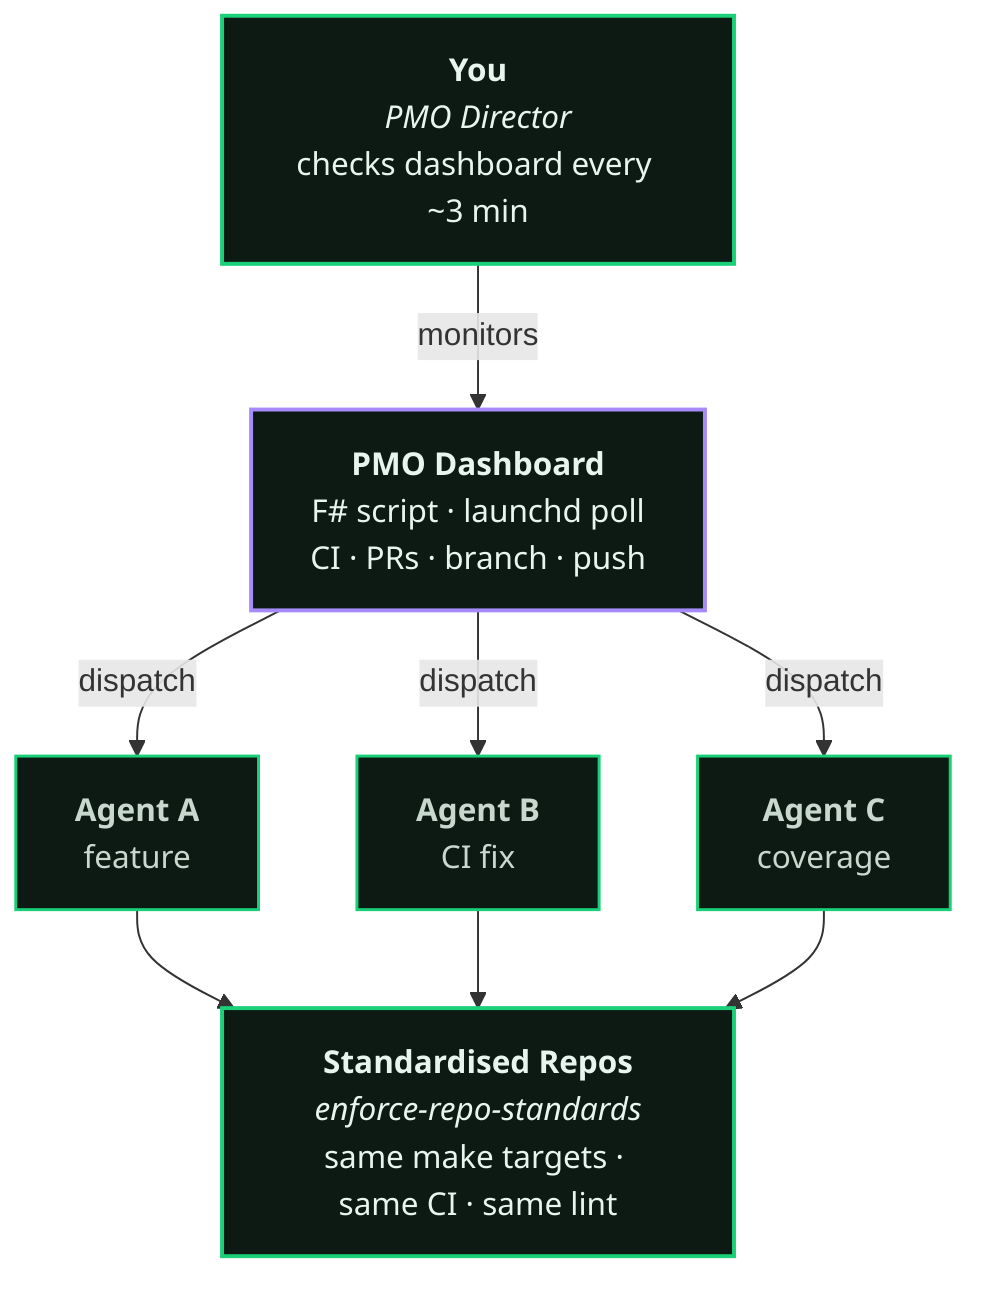
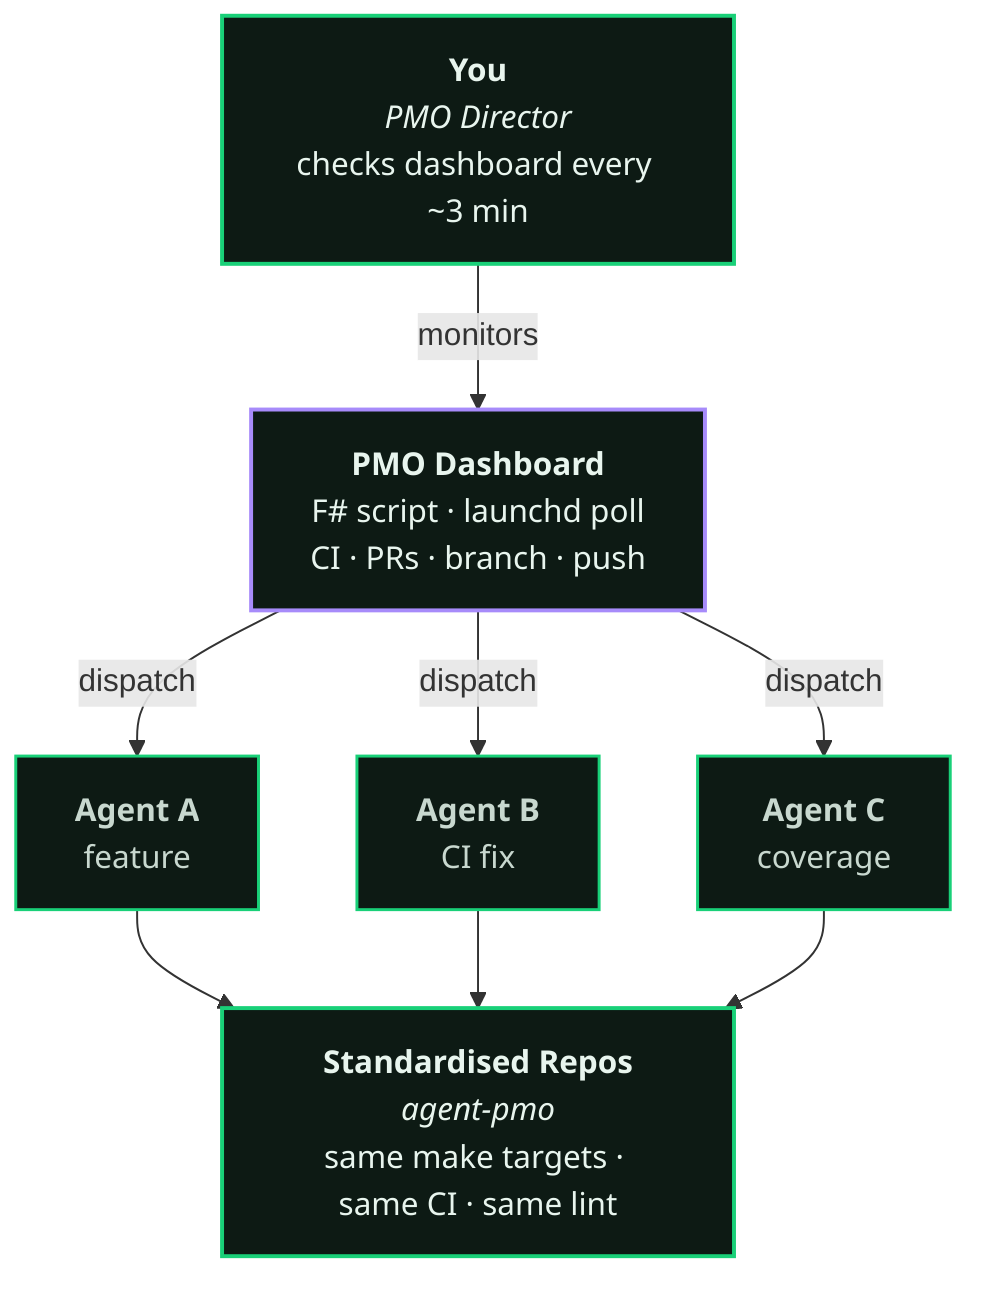
graph TD
    YOU["<b>You</b><br/><i>PMO Director</i><br/>checks dashboard every ~3 min"]
    DASH["<b>PMO Dashboard</b><br/>F# script &middot; launchd poll<br/>CI &middot; PRs &middot; branch &middot; push"]
    A["<b>Agent A</b><br/>feature"]
    B["<b>Agent B</b><br/>CI fix"]
    C["<b>Agent C</b><br/>coverage"]
-     REPOS["<b>Standardised Repos</b><br/><i>enforce-repo-standards</i><br/>same make targets &middot; same CI &middot; same lint"]
+     REPOS["<b>Standardised Repos</b><br/><i>agent-pmo</i><br/>same make targets &middot; same CI &middot; same lint"]

    YOU -->|"monitors"| DASH
    DASH -->|"dispatch"| A
    DASH -->|"dispatch"| B
    DASH -->|"dispatch"| C
    A --> REPOS
    B --> REPOS
    C --> REPOS

    classDef director fill:#0d1a14,stroke:#19d078,stroke-width:2px,color:#e8f5ee,font-family:Segoe UI
    classDef dashboard fill:#0d1a14,stroke:#a78bfa,stroke-width:2px,color:#e8f5ee,font-family:Segoe UI
    classDef agent fill:#0d1a14,stroke:#19d078,stroke-width:1.5px,color:#c8d8cf,font-family:Segoe UI
    classDef repos fill:#0d1a14,stroke:#19d078,stroke-width:2px,color:#e8f5ee,font-family:Segoe UI

    class YOU director
    class DASH dashboard
    class A,B,C agent
    class REPOS repos
